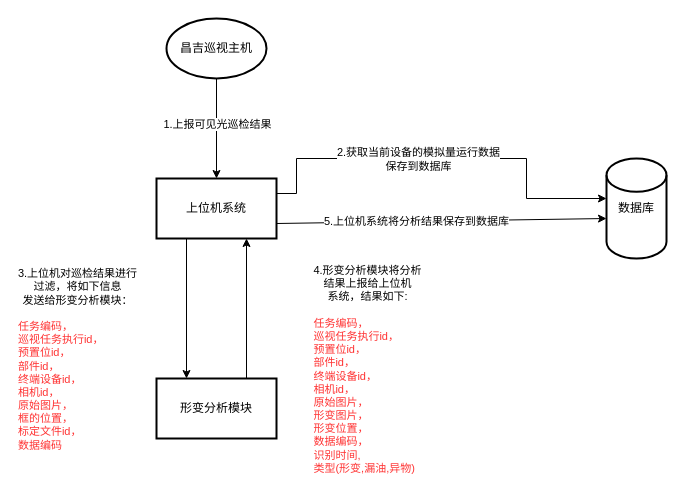
Above: 昌吉形变分析流程.drawio in wangyufei0807/draw (draw.io), before the change. Source tidied: cells renumbered, new cells numbered last; positions are measured from the earlier drawing's top-left corner, leaving out a move shared by most shapes. Both pictures are drawn from the tidied source at 100%, with x=0, y=0 at pixel (156, 18).
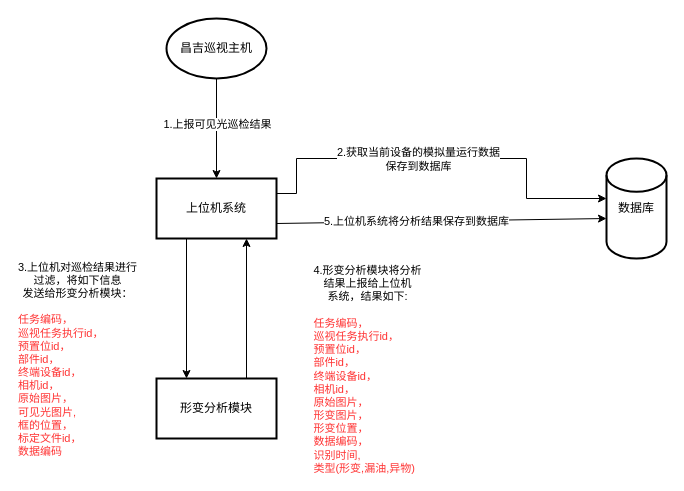
Above is the later version.

Commit message:
Update 昌吉形变分析流程.drawio

Unchanged cells that the change refers to:
```xml
<mxCell id="5" style="edgeStyle=orthogonalEdgeStyle;rounded=0;jettySize=auto;html=1;exitX=0.25;exitY=1;exitDx=0;exitDy=0;entryX=0.25;entryY=0;entryDx=0;entryDy=0;" parent="1" edge="1" source="11" target="14">
  <mxGeometry relative="1" as="geometry" />
</mxCell>
```

Diff of the diagram source:
```diff
@@
-    <mxCell id="6" value="3.上位机对巡检结果进行&lt;br&gt;过滤，将如下信息&lt;br&gt;发送给形变分析模块：&lt;br&gt;&lt;br&gt;&lt;span style=&quot;color: rgb(255 , 51 , 51)&quot;&gt;&lt;div style=&quot;text-align: left&quot;&gt;任务编码，&lt;/div&gt;&lt;div style=&quot;text-align: left&quot;&gt;巡视任务执行id，&lt;/div&gt;&lt;/span&gt;&lt;span style=&quot;color: rgb(255 , 51 , 51)&quot;&gt;&lt;div style=&quot;text-align: left&quot;&gt;预置位id，&lt;/div&gt;&lt;div style=&quot;text-align: left&quot;&gt;部件id，&lt;/div&gt;&lt;/span&gt;&lt;span style=&quot;color: rgb(255 , 51 , 51)&quot;&gt;&lt;div style=&quot;text-align: left&quot;&gt;终端设备id，&lt;/div&gt;&lt;/span&gt;&lt;span style=&quot;color: rgb(255 , 51 , 51)&quot;&gt;&lt;div style=&quot;text-align: left&quot;&gt;相机id，&lt;/div&gt;&lt;div style=&quot;text-align: left&quot;&gt;原始图片，&lt;/div&gt;&lt;/span&gt;&lt;span style=&quot;color: rgb(255 , 51 , 51)&quot;&gt;&lt;div style=&quot;text-align: left&quot;&gt;框的位置，&lt;/div&gt;&lt;div style=&quot;text-align: left&quot;&gt;标定文件id，&lt;/div&gt;&lt;/span&gt;&lt;span style=&quot;color: rgb(255 , 51 , 51)&quot;&gt;&lt;div style=&quot;text-align: left&quot;&gt;数据编码&lt;/div&gt;&lt;/span&gt;" style="edgeLabel;html=1;align=center;verticalAlign=middle;" parent="5" vertex="1">
+    <mxCell id="6" value="3.上位机对巡检结果进行&lt;br&gt;过滤，将如下信息&lt;br&gt;发送给形变分析模块：&lt;br&gt;&lt;br&gt;&lt;span style=&quot;color: rgb(255 , 51 , 51)&quot;&gt;&lt;div style=&quot;text-align: left&quot;&gt;任务编码，&lt;/div&gt;&lt;div style=&quot;text-align: left&quot;&gt;巡视任务执行id，&lt;/div&gt;&lt;/span&gt;&lt;span style=&quot;color: rgb(255 , 51 , 51)&quot;&gt;&lt;div style=&quot;text-align: left&quot;&gt;预置位id，&lt;/div&gt;&lt;div style=&quot;text-align: left&quot;&gt;部件id，&lt;/div&gt;&lt;/span&gt;&lt;span style=&quot;color: rgb(255 , 51 , 51)&quot;&gt;&lt;div style=&quot;text-align: left&quot;&gt;终端设备id，&lt;/div&gt;&lt;/span&gt;&lt;span style=&quot;color: rgb(255 , 51 , 51)&quot;&gt;&lt;div style=&quot;text-align: left&quot;&gt;相机id，&lt;/div&gt;&lt;div style=&quot;text-align: left&quot;&gt;原始图片，&lt;/div&gt;&lt;div style=&quot;text-align: left&quot;&gt;可见光图片,&lt;/div&gt;&lt;/span&gt;&lt;span style=&quot;color: rgb(255 , 51 , 51)&quot;&gt;&lt;div style=&quot;text-align: left&quot;&gt;框的位置，&lt;/div&gt;&lt;div style=&quot;text-align: left&quot;&gt;标定文件id，&lt;/div&gt;&lt;/span&gt;&lt;span style=&quot;color: rgb(255 , 51 , 51)&quot;&gt;&lt;div style=&quot;text-align: left&quot;&gt;数据编码&lt;/div&gt;&lt;/span&gt;" style="edgeLabel;html=1;align=center;verticalAlign=middle;" parent="5" vertex="1">
       <mxGeometry x="-0.07" relative="1" as="geometry">
         <mxPoint x="-110" y="55" as="offset" />
       </mxGeometry>
     </mxCell>
```
